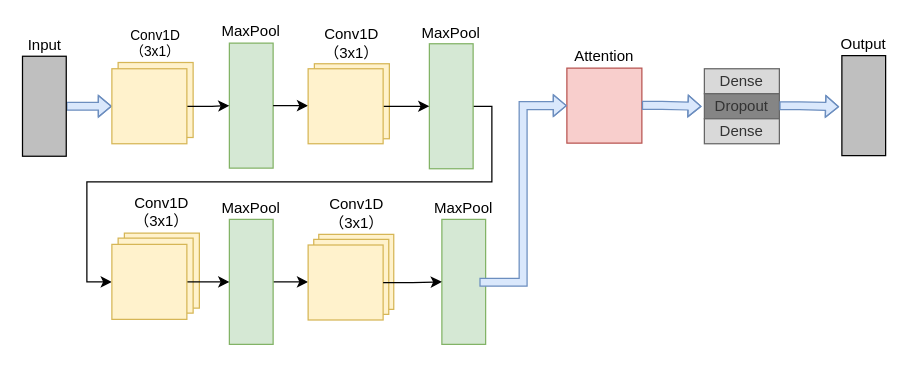
This is model-architecture-horizontal.drawio from WensonLuo/Drowio, a draw.io file, before an edit. Source tidied: cells renumbered, new cells numbered last; positions are measured from the earlier drawing's top-left corner, leaving out a move shared by most shapes. Both pictures are drawn from the tidied source at 125%, with x=0, y=0 at pixel (21, 42).
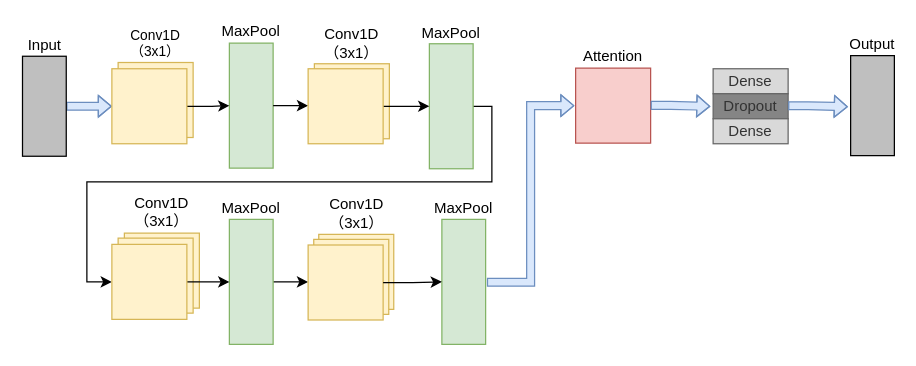
After the change.

What changed in the source:
```diff
@@
     <mxCell id="21" value="Attention&lt;br&gt;" style="rounded=0;whiteSpace=wrap;html=1;fillColor=#f8cecc;strokeColor=#b85450;direction=south;labelPosition=center;verticalLabelPosition=top;align=center;verticalAlign=bottom;" parent="1" vertex="1">
-      <mxGeometry x="436" y="20" width="60" height="60" as="geometry" />
+      <mxGeometry x="443" y="20" width="60" height="60" as="geometry" />
     </mxCell>
     <mxCell id="22" style="edgeStyle=orthogonalEdgeStyle;rounded=0;orthogonalLoop=1;jettySize=auto;html=1;exitX=0.5;exitY=0;exitDx=0;exitDy=0;fontSize=10;" parent="1" edge="1">
       <mxGeometry relative="1" as="geometry">
-        <mxPoint x="575.5" y="50.5" as="sourcePoint" />
-        <mxPoint x="575.6" y="50.7" as="targetPoint" />
+        <mxPoint x="582.5" y="50.5" as="sourcePoint" />
+        <mxPoint x="582.6" y="50.7" as="targetPoint" />
       </mxGeometry>
     </mxCell>
@@
     <mxCell id="26" value="Output&lt;br&gt;" style="rounded=0;whiteSpace=wrap;html=1;fillColor=#BFBFBF;direction=east;fontFamily=Helvetica;labelPosition=center;verticalLabelPosition=top;align=center;verticalAlign=bottom;horizontal=1;" parent="1" vertex="1">
-      <mxGeometry x="656" y="10" width="35" height="80" as="geometry" />
+      <mxGeometry x="663" y="10" width="35" height="80" as="geometry" />
     </mxCell>
@@
     <mxCell id="28" value="Dense" style="rounded=0;whiteSpace=wrap;html=1;strokeColor=#666666;fontColor=#333333;fillColor=#D9D9D9;direction=east;" parent="1" vertex="1">
-      <mxGeometry x="546" y="20.5" width="60" height="20" as="geometry" />
+      <mxGeometry x="553" y="20.5" width="60" height="20" as="geometry" />
     </mxCell>
     <mxCell id="29" value="Dropout" style="rounded=0;whiteSpace=wrap;html=1;strokeColor=#666666;fontColor=#333333;fillColor=#858585;direction=east;" parent="1" vertex="1">
-      <mxGeometry x="546" y="40.5" width="60" height="20" as="geometry" />
+      <mxGeometry x="553" y="40.5" width="60" height="20" as="geometry" />
     </mxCell>
     <mxCell id="30" value="Dense" style="rounded=0;whiteSpace=wrap;html=1;strokeColor=#666666;fontColor=#333333;fillColor=#D9D9D9;direction=east;" parent="1" vertex="1">
-      <mxGeometry x="546" y="60.5" width="60" height="20" as="geometry" />
+      <mxGeometry x="553" y="60.5" width="60" height="20" as="geometry" />
     </mxCell>
-    <mxCell id="31" style="edgeStyle=elbowEdgeStyle;shape=flexArrow;rounded=0;jettySize=auto;html=1;fontSize=10;startSize=6;endSize=3.11;sourcePerimeterSpacing=0;targetPerimeterSpacing=0;shadow=0;sketch=0;endArrow=block;endFill=0;endWidth=10;width=6.333333333333333;fillColor=#dae8fc;strokeColor=#6c8ebf;entryX=0.5;entryY=1;entryDx=0;entryDy=0;" parent="1" edge="1" target="21">
+    <mxCell id="31" style="edgeStyle=elbowEdgeStyle;shape=flexArrow;rounded=0;orthogonalLoop=1;jettySize=auto;html=1;fontSize=10;startSize=6;endSize=3.11;sourcePerimeterSpacing=0;targetPerimeterSpacing=0;shadow=0;sketch=0;endArrow=block;endFill=0;endWidth=10;width=6.333333333333333;fillColor=#dae8fc;strokeColor=#6c8ebf;entryX=0.5;entryY=1;entryDx=0;entryDy=0;" parent="1" edge="1">
       <mxGeometry relative="1" as="geometry">
-        <mxPoint x="366" y="191.3" as="sourcePoint" />
+        <mxPoint x="372" y="191.3" as="sourcePoint" />
+        <mxPoint x="442" y="50" as="targetPoint" />
       </mxGeometry>
     </mxCell>
     <mxCell id="32" style="edgeStyle=orthogonalEdgeStyle;shape=flexArrow;rounded=0;jettySize=auto;html=1;fontSize=10;startSize=6;endSize=3.11;sourcePerimeterSpacing=0;targetPerimeterSpacing=0;shadow=0;sketch=0;endArrow=block;endFill=0;endWidth=10;width=6.333333333333333;fillColor=#dae8fc;strokeColor=#6c8ebf;entryX=-0.037;entryY=0.505;entryDx=0;entryDy=0;entryPerimeter=0;" parent="1" edge="1" target="29">
       <mxGeometry relative="1" as="geometry">
-        <mxPoint x="496" y="49.8" as="sourcePoint" />
+        <mxPoint x="503" y="49.8" as="sourcePoint" />
         <Array as="points">
-          <mxPoint x="512" y="50" />
+          <mxPoint x="519" y="50" />
         </Array>
       </mxGeometry>
     </mxCell>
     <mxCell id="33" style="edgeStyle=orthogonalEdgeStyle;shape=flexArrow;rounded=0;orthogonalLoop=1;jettySize=auto;html=1;fontSize=10;startSize=6;endSize=3.11;sourcePerimeterSpacing=0;targetPerimeterSpacing=0;shadow=0;sketch=0;endArrow=block;endFill=0;endWidth=10;width=6.333333333333333;fillColor=#dae8fc;strokeColor=#6c8ebf;entryX=-0.037;entryY=0.505;entryDx=0;entryDy=0;entryPerimeter=0;" parent="1" edge="1">
       <mxGeometry relative="1" as="geometry">
-        <mxPoint x="606" y="50.1" as="sourcePoint" />
-        <mxPoint x="653.8" y="50.9" as="targetPoint" />
+        <mxPoint x="613" y="50.1" as="sourcePoint" />
+        <mxPoint x="660.8" y="50.9" as="targetPoint" />
         <Array as="points">
-          <mxPoint x="622" y="50.3" />
+          <mxPoint x="629" y="50.3" />
         </Array>
       </mxGeometry>
     </mxCell>
```
